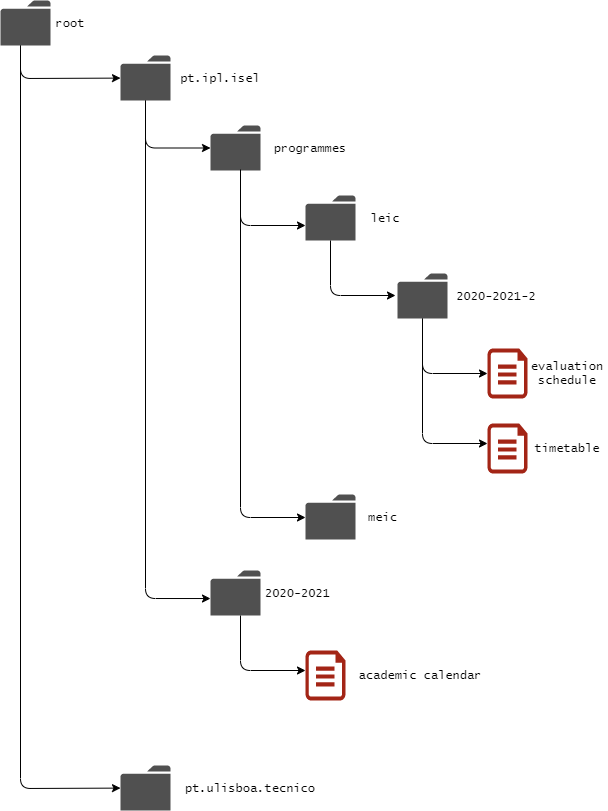
Earlier version of the draw.io export img/I-On_Integration-Data_Structure.png (i-on-project/integration-data). Source tidied: cells renumbered, new cells last; positions are measured from the earlier drawing's top-left corner, leaving out a move shared by most shapes.
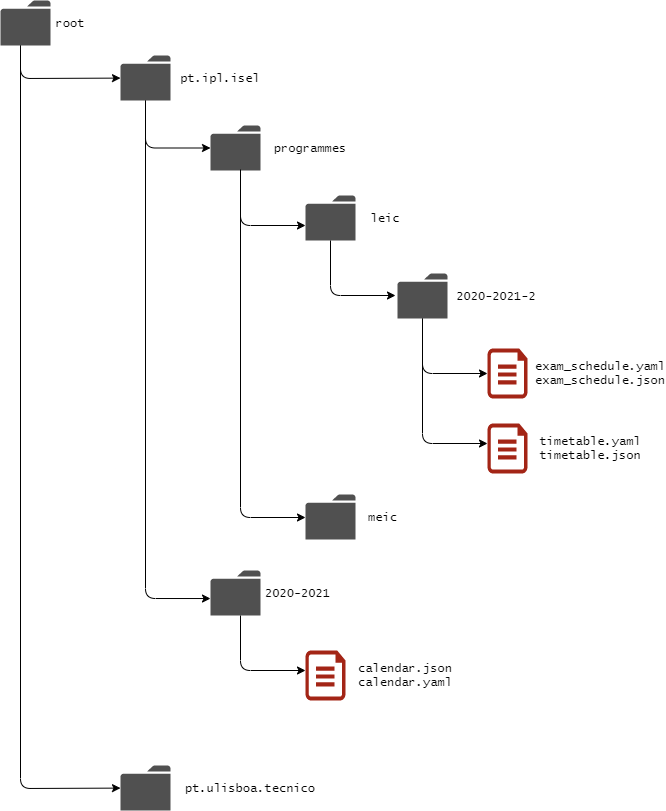
After the commit.

The edit, as a diff of the source:
```diff
@@ -86,8 +86,8 @@
     <mxCell id="20" style="verticalLabelPosition=bottom;html=1;verticalAlign=top;align=center;strokeColor=none;shape=mxgraph.azure.cloud_services_configuration_file;fillColor=#A32516;" parent="19" vertex="1">
       <mxGeometry width="40" height="50" as="geometry" />
     </mxCell>
-    <mxCell id="21" value="academic calendar" style="text;html=1;strokeColor=none;fillColor=none;align=center;verticalAlign=middle;whiteSpace=wrap;rounded=0;fontFamily=Lucida Console;" parent="19" vertex="1">
-      <mxGeometry x="50" y="15" width="130" height="20" as="geometry" />
+    <mxCell id="21" value="calendar.json&lt;br&gt;calendar.yaml" style="text;html=1;strokeColor=none;fillColor=none;align=center;verticalAlign=middle;whiteSpace=wrap;rounded=0;fontFamily=Lucida Console;" parent="19" vertex="1">
+      <mxGeometry x="35" y="15" width="130" height="20" as="geometry" />
     </mxCell>
     <mxCell id="22" style="endArrow=classic;html=1;edgeStyle=orthogonalEdgeStyle;" parent="1" edge="1" source="2">
       <mxGeometry relative="1" as="geometry">
@@ -127,17 +127,14 @@
     <mxCell id="28" style="verticalLabelPosition=bottom;html=1;verticalAlign=top;align=center;strokeColor=none;shape=mxgraph.azure.cloud_services_configuration_file;fillColor=#A32516;" parent="27" vertex="1">
       <mxGeometry width="40" height="50" as="geometry" />
     </mxCell>
-    <mxCell id="29" value="evaluation schedule" style="text;html=1;strokeColor=none;fillColor=none;align=center;verticalAlign=middle;whiteSpace=wrap;rounded=0;fontFamily=Lucida Console;" parent="27" vertex="1">
-      <mxGeometry x="40" y="15" width="80" height="20" as="geometry" />
-    </mxCell>
     <mxCell id="30" style="group;fontFamily=Lucida Console;" parent="1" vertex="1">
       <mxGeometry x="487" y="423" width="120" height="50" as="geometry" />
     </mxCell>
     <mxCell id="31" style="verticalLabelPosition=bottom;html=1;verticalAlign=top;align=center;strokeColor=none;shape=mxgraph.azure.cloud_services_configuration_file;fillColor=#A32516;" parent="30" vertex="1">
       <mxGeometry width="40" height="50" as="geometry" />
     </mxCell>
-    <mxCell id="32" value="timetable" style="text;html=1;strokeColor=none;fillColor=none;align=center;verticalAlign=middle;whiteSpace=wrap;rounded=0;fontFamily=Lucida Console;" parent="30" vertex="1">
-      <mxGeometry x="40" y="15" width="80" height="20" as="geometry" />
+    <mxCell id="32" value="timetable.yaml&lt;br&gt;timetable.json" style="text;html=1;strokeColor=none;fillColor=none;align=center;verticalAlign=middle;whiteSpace=wrap;rounded=0;fontFamily=Lucida Console;" parent="30" vertex="1">
+      <mxGeometry x="63" y="15" width="80" height="20" as="geometry" />
     </mxCell>
     <mxCell id="33" style="endArrow=classic;html=1;" parent="1" edge="1">
       <mxGeometry relative="1" as="geometry">
@@ -163,5 +160,8 @@
         </Array>
       </mxGeometry>
     </mxCell>
+    <mxCell id="29" value="exam_schedule.yaml&lt;br&gt;exam_schedule.json" style="text;html=1;strokeColor=none;fillColor=none;align=center;verticalAlign=middle;whiteSpace=wrap;rounded=0;fontFamily=Lucida Console;" parent="1" vertex="1">
+      <mxGeometry x="560" y="363" width="80" height="20" as="geometry" />
+    </mxCell>
   </root>
 </mxGraphModel>
```
